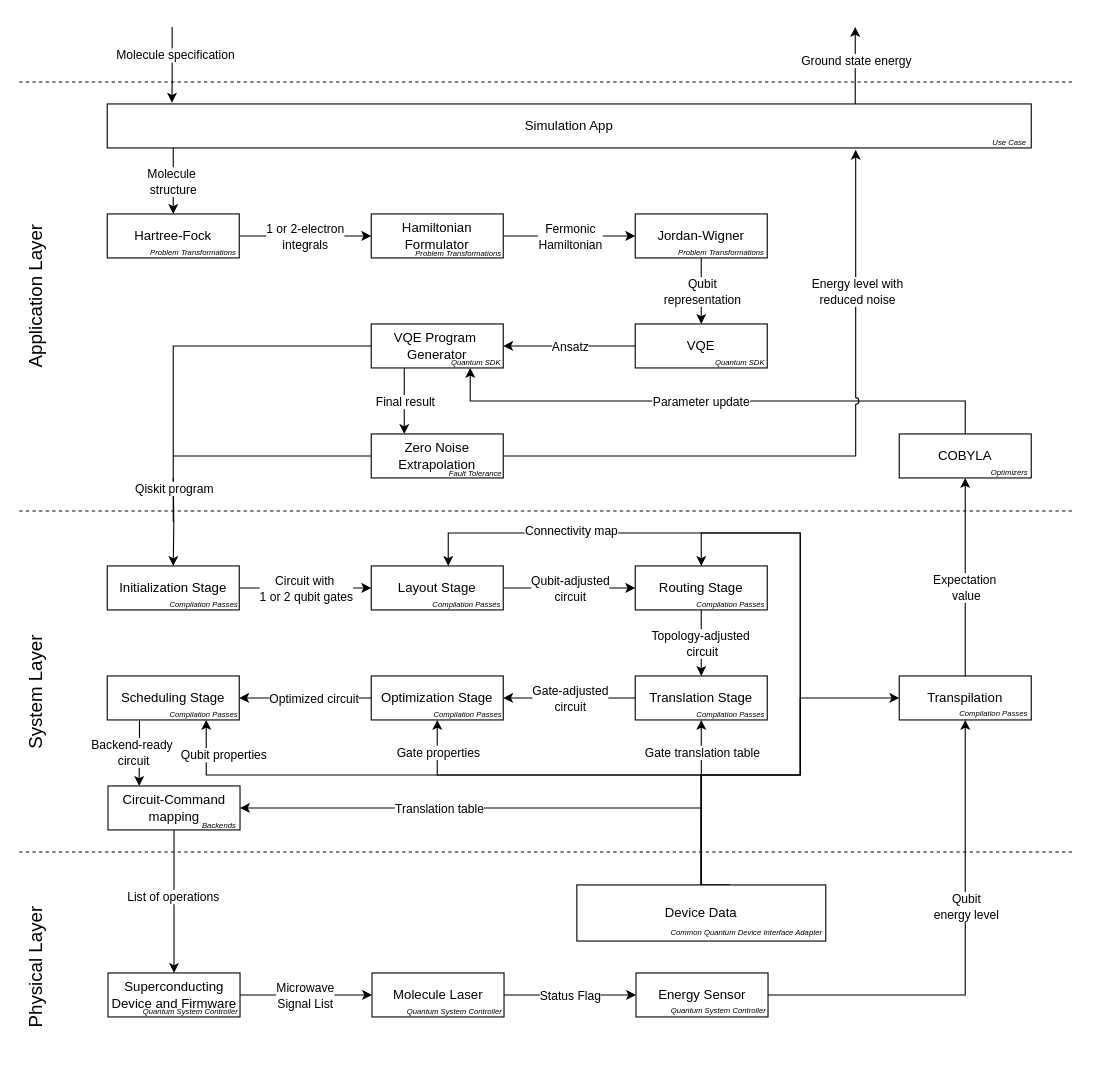
The draw.io diagram page "scenario1" (1 of 4) of docs/scenario-based-analysis/images/scenarios.drawio in FullStaQD/architecture, before the edit. Source tidied: cells renumbered, new cells numbered last; positions are measured from the earlier drawing's top-left corner, leaving out a move shared by most shapes. Both pictures are drawn from the tidied source at 110%, with x=0, y=0 at pixel (-58, 26).
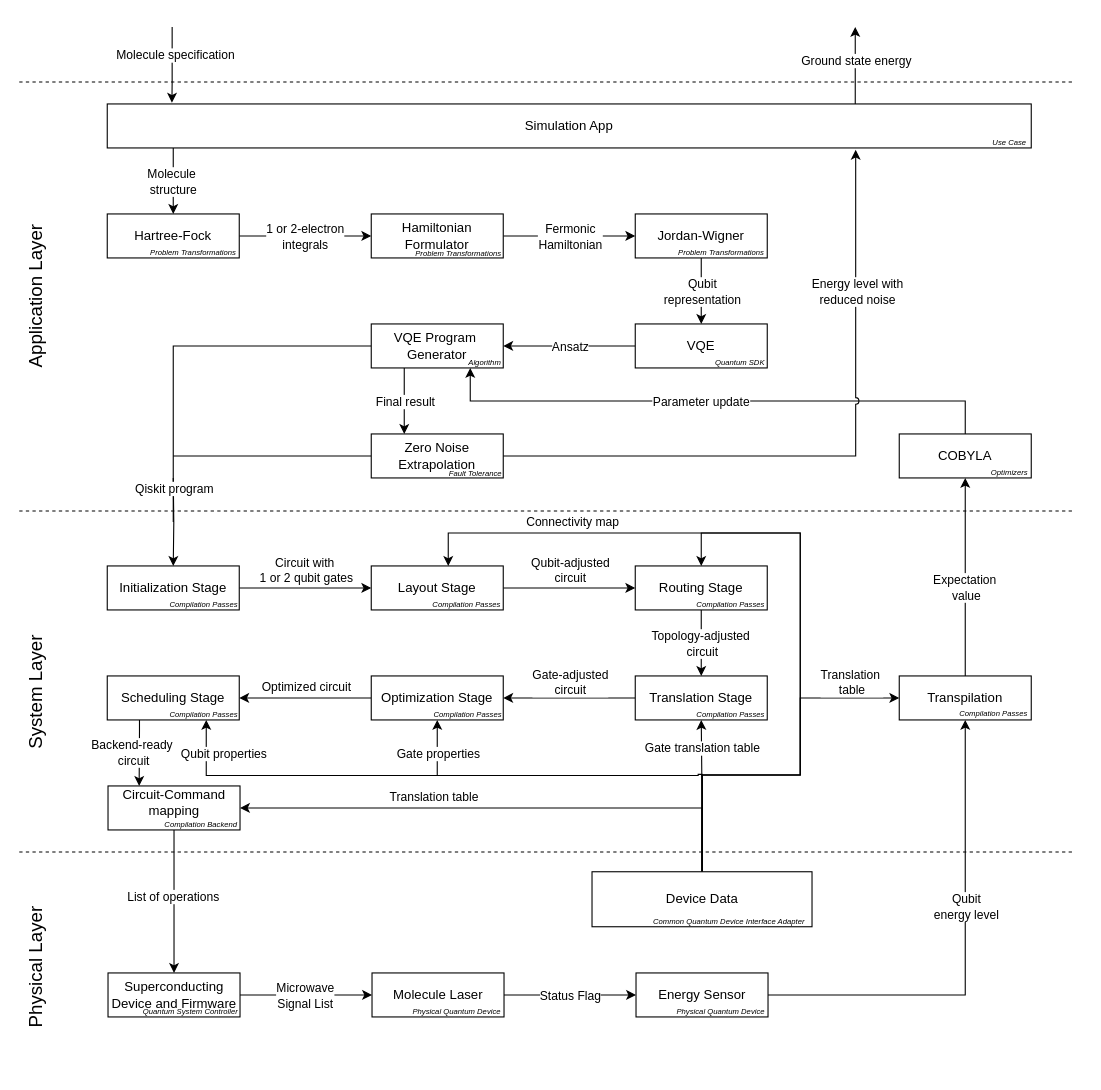
After the change.

Unchanged cells that the change refers to:
```xml
<mxCell id="29" value="Routing Stage" style="rounded=0;whiteSpace=wrap;html=1;" parent="1" vertex="1">
  <mxGeometry x="630" y="490" width="120" height="40" as="geometry" />
</mxCell>
<mxCell id="30" style="edgeStyle=orthogonalEdgeStyle;rounded=0;jettySize=auto;html=1;entryX=0;entryY=0.5;entryDx=0;entryDy=0;" parent="1" edge="1" source="32" target="29">
  <mxGeometry relative="1" as="geometry" />
</mxCell>
<mxCell id="33" style="edgeStyle=orthogonalEdgeStyle;rounded=0;jettySize=auto;html=1;entryX=0;entryY=0.5;entryDx=0;entryDy=0;" parent="1" edge="1" source="35" target="32">
  <mxGeometry relative="1" as="geometry" />
</mxCell>
<mxCell id="36" style="edgeStyle=orthogonalEdgeStyle;rounded=0;jettySize=auto;html=1;entryX=1;entryY=0.5;entryDx=0;entryDy=0;" parent="1" edge="1" source="38" target="41">
  <mxGeometry relative="1" as="geometry" />
</mxCell>
<mxCell id="38" value="Translation Stage" style="rounded=0;whiteSpace=wrap;html=1;" parent="1" vertex="1">
  <mxGeometry x="630" y="590" width="120" height="40" as="geometry" />
</mxCell>
<mxCell id="39" style="edgeStyle=orthogonalEdgeStyle;rounded=0;jettySize=auto;html=1;entryX=1;entryY=0.5;entryDx=0;entryDy=0;" parent="1" edge="1" source="41" target="44">
  <mxGeometry relative="1" as="geometry" />
</mxCell>
<mxCell id="41" value="Optimization Stage" style="rounded=0;whiteSpace=wrap;html=1;" parent="1" vertex="1">
  <mxGeometry x="390" y="590" width="120" height="40" as="geometry" />
</mxCell>
<mxCell id="44" value="Scheduling Stage" style="rounded=0;whiteSpace=wrap;html=1;" parent="1" vertex="1">
  <mxGeometry x="150" y="590" width="120" height="40" as="geometry" />
</mxCell>
<mxCell id="69" value="Transpilation" style="rounded=0;whiteSpace=wrap;html=1;" parent="1" vertex="1">
  <mxGeometry x="870" y="590" width="120" height="40" as="geometry" />
</mxCell>
```

The edit, as a diff of the source:
```diff
@@
     <mxCell id="31" value="Qubit-adjusted&lt;div&gt;circuit&lt;/div&gt;" style="edgeLabel;html=1;align=center;verticalAlign=middle;" parent="30" vertex="1">
       <mxGeometry x="-0.17" relative="1" as="geometry">
-        <mxPoint x="10" as="offset" />
+        <mxPoint x="10" y="-17" as="offset" />
       </mxGeometry>
     </mxCell>
@@
     <mxCell id="34" value="Circuit with&amp;nbsp;&lt;div&gt;1 or 2 qubit gates&lt;/div&gt;" style="edgeLabel;html=1;align=center;verticalAlign=middle;" parent="33" vertex="1">
       <mxGeometry x="0.11" y="-3" relative="1" as="geometry">
-        <mxPoint x="-7" y="-3" as="offset" />
+        <mxPoint x="-7" y="-20" as="offset" />
       </mxGeometry>
     </mxCell>
@@
     <mxCell id="37" value="Gate-adjusted&lt;div&gt;circuit&lt;/div&gt;" style="edgeLabel;html=1;align=center;verticalAlign=middle;" parent="36" vertex="1">
       <mxGeometry x="0.17" y="4" relative="1" as="geometry">
-        <mxPoint x="10" y="-4" as="offset" />
+        <mxPoint x="10" y="-19" as="offset" />
       </mxGeometry>
     </mxCell>
@@
     <mxCell id="40" value="Optimized circuit" style="edgeLabel;html=1;align=center;verticalAlign=middle;" parent="39" vertex="1">
       <mxGeometry x="-0.11" y="1" relative="1" as="geometry">
-        <mxPoint y="-1" as="offset" />
+        <mxPoint x="-7" y="-12" as="offset" />
       </mxGeometry>
     </mxCell>
@@
-    <mxCell id="56" style="edgeStyle=orthogonalEdgeStyle;rounded=0;jettySize=auto;html=1;entryX=0.5;entryY=1;entryDx=0;entryDy=0;" parent="1" edge="1" source="66" target="41">
+    <mxCell id="56" style="edgeStyle=orthogonalEdgeStyle;rounded=0;jettySize=auto;html=1;entryX=0.5;entryY=1;entryDx=0;entryDy=0;" parent="1" edge="1" target="41">
       <mxGeometry relative="1" as="geometry">
+        <mxPoint x="450" y="679" as="sourcePoint" />
         <Array as="points">
-          <mxPoint x="691" y="680" />
           <mxPoint x="450" y="680" />
         </Array>
       </mxGeometry>
     </mxCell>
     <mxCell id="57" value="Gate properties" style="edgeLabel;html=1;align=center;verticalAlign=middle;" parent="56" vertex="1">
       <mxGeometry x="0.85" y="1" relative="1" as="geometry">
-        <mxPoint x="1" as="offset" />
+        <mxPoint x="1" y="26" as="offset" />
       </mxGeometry>
     </mxCell>
-    <mxCell id="58" style="edgeStyle=orthogonalEdgeStyle;rounded=0;jettySize=auto;html=1;entryX=0.5;entryY=0;entryDx=0;entryDy=0;exitX=0.615;exitY=-0.004;exitDx=0;exitDy=0;exitPerimeter=0;" parent="1" edge="1" source="66">
+    <mxCell id="58" style="edgeStyle=orthogonalEdgeStyle;rounded=0;orthogonalLoop=1;jettySize=auto;html=1;entryX=0.5;entryY=0;entryDx=0;entryDy=0;" parent="1" edge="1">
       <mxGeometry relative="1" as="geometry">
+        <mxPoint x="690" y="680" as="sourcePoint" />
         <mxPoint x="460" y="490" as="targetPoint" />
         <Array as="points">
-          <mxPoint x="690" y="780" />
           <mxPoint x="690" y="680" />
           <mxPoint x="780" y="680" />
           <mxPoint x="780" y="460" />
           <mxPoint x="460" y="460" />
         </Array>
       </mxGeometry>
     </mxCell>
-    <mxCell id="59" style="edgeStyle=orthogonalEdgeStyle;rounded=0;jettySize=auto;html=1;entryX=0;entryY=0.5;entryDx=0;entryDy=0;" parent="1" edge="1" source="66" target="69">
+    <mxCell id="59" style="edgeStyle=orthogonalEdgeStyle;rounded=0;jettySize=auto;html=1;entryX=0;entryY=0.5;entryDx=0;entryDy=0;" parent="1" edge="1" target="69">
       <mxGeometry relative="1" as="geometry">
+        <mxPoint x="690" y="780" as="sourcePoint" />
         <Array as="points">
           <mxPoint x="691" y="680" />
           <mxPoint x="780" y="680" />
           <mxPoint x="780" y="610" />
         </Array>
       </mxGeometry>
     </mxCell>
-    <mxCell id="60" style="edgeStyle=orthogonalEdgeStyle;rounded=0;jettySize=auto;html=1;" parent="1" edge="1" source="66" target="38">
+    <mxCell id="60" style="edgeStyle=orthogonalEdgeStyle;rounded=0;jettySize=auto;html=1;exitX=0.5;exitY=0;exitDx=0;exitDy=0;" parent="1" edge="1" source="66" target="38">
       <mxGeometry relative="1" as="geometry" />
     </mxCell>
@@
-    <mxCell id="62" style="edgeStyle=orthogonalEdgeStyle;rounded=0;jettySize=auto;html=1;entryX=0.75;entryY=1;entryDx=0;entryDy=0;" parent="1" edge="1" source="66" target="44">
+    <mxCell id="62" style="edgeStyle=orthogonalEdgeStyle;rounded=0;jettySize=auto;html=1;entryX=0.75;entryY=1;entryDx=0;entryDy=0;exitX=0.5;exitY=0;exitDx=0;exitDy=0;" parent="1" edge="1" source="66" target="44">
       <mxGeometry relative="1" as="geometry">
         <Array as="points">
-          <mxPoint x="691" y="680" />
-          <mxPoint x="240" y="680" />
+          <mxPoint x="690.7" y="679.5" />
+          <mxPoint x="687.2" y="679.5" />
+          <mxPoint x="240" y="680.5" />
         </Array>
       </mxGeometry>
     </mxCell>
@@
-    <mxCell id="64" style="edgeStyle=orthogonalEdgeStyle;rounded=0;jettySize=auto;html=1;entryX=1;entryY=0.5;entryDx=0;entryDy=0;" parent="1" edge="1" source="66" target="84">
+    <mxCell id="64" style="edgeStyle=orthogonalEdgeStyle;rounded=0;jettySize=auto;html=1;entryX=1;entryY=0.5;entryDx=0;entryDy=0;exitX=0.5;exitY=0;exitDx=0;exitDy=0;" parent="1" edge="1" source="66" target="84">
       <mxGeometry relative="1" as="geometry">
         <Array as="points">
-          <mxPoint x="691" y="710" />
+          <mxPoint x="690" y="768" />
+          <mxPoint x="690" y="710" />
         </Array>
       </mxGeometry>
     </mxCell>
     <mxCell id="65" value="Translation table" style="edgeLabel;html=1;align=center;verticalAlign=middle;" parent="64" vertex="1">
       <mxGeometry x="0.33" y="-2" relative="1" as="geometry">
-        <mxPoint x="16" y="2" as="offset" />
+        <mxPoint x="16" y="-9" as="offset" />
       </mxGeometry>
     </mxCell>
-    <mxCell id="66" value="Device Data" style="rounded=0;whiteSpace=wrap;html=1;" parent="1" vertex="1">
-      <mxGeometry x="576.9" y="780" width="226.3" height="51" as="geometry" />
-    </mxCell>
@@
-    <mxCell id="72" style="edgeStyle=orthogonalEdgeStyle;rounded=0;jettySize=auto;html=1;entryX=0.5;entryY=0;entryDx=0;entryDy=0;" parent="1" edge="1" source="66" target="29">
+    <mxCell id="72" style="edgeStyle=orthogonalEdgeStyle;rounded=0;jettySize=auto;html=1;entryX=0.5;entryY=0;entryDx=0;entryDy=0;exitX=0.5;exitY=0;exitDx=0;exitDy=0;" parent="1" edge="1" source="66" target="29">
       <mxGeometry relative="1" as="geometry">
         <Array as="points">
-          <mxPoint x="690" y="680" />
+          <mxPoint x="690.7" y="680" />
           <mxPoint x="780" y="680" />
           <mxPoint x="780" y="460" />
           <mxPoint x="690" y="460" />
         </Array>
       </mxGeometry>
     </mxCell>
     <mxCell id="73" value="Connectivity map" style="edgeLabel;html=1;align=center;verticalAlign=middle;" parent="72" vertex="1">
       <mxGeometry x="0.93" y="1" relative="1" as="geometry">
-        <mxPoint x="-120" y="-14" as="offset" />
+        <mxPoint x="-119" y="-22" as="offset" />
       </mxGeometry>
     </mxCell>
@@
-    <mxCell id="84" value="Circuit-Command&lt;div&gt;mapping&lt;/div&gt;" style="rounded=0;whiteSpace=wrap;html=1;" parent="1" vertex="1">
+    <mxCell id="84" style="rounded=0;whiteSpace=wrap;html=1;" parent="1" vertex="1">
       <mxGeometry x="150.7" y="690" width="120" height="40" as="geometry" />
     </mxCell>
@@
-    <mxCell id="91" value="&lt;i&gt;&lt;font style=&quot;font-size: 7px;&quot;&gt;Quantum SDK&lt;/font&gt;&lt;/i&gt;" style="text;html=1;whiteSpace=wrap;strokeColor=none;fillColor=none;align=center;verticalAlign=middle;rounded=0;" parent="1" vertex="1">
-      <mxGeometry x="428" y="296" width="114.7" height="16" as="geometry" />
+    <mxCell id="91" value="&lt;i&gt;&lt;font style=&quot;font-size: 7px;&quot;&gt;Algorithm&lt;/font&gt;&lt;/i&gt;" style="text;html=1;whiteSpace=wrap;strokeColor=none;fillColor=none;align=center;verticalAlign=middle;rounded=0;" parent="1" vertex="1">
+      <mxGeometry x="436" y="296" width="114.7" height="16" as="geometry" />
     </mxCell>
@@
-    <mxCell id="100" value="&lt;font style=&quot;font-size: 7px;&quot;&gt;&lt;i&gt;Backends&lt;/i&gt;&lt;/font&gt;" style="text;html=1;whiteSpace=wrap;strokeColor=none;fillColor=none;align=center;verticalAlign=middle;rounded=0;" parent="1" vertex="1">
-      <mxGeometry x="217.7" y="710" width="68" height="30" as="geometry" />
-    </mxCell>
@@
-    <mxCell id="102" value="&lt;font style=&quot;font-size: 7px;&quot;&gt;&lt;i&gt;Quantum System Controller&lt;/i&gt;&lt;/font&gt;" style="text;html=1;whiteSpace=wrap;strokeColor=none;fillColor=none;align=center;verticalAlign=middle;rounded=0;" parent="1" vertex="1">
-      <mxGeometry x="404" y="879" width="124" height="30" as="geometry" />
+    <mxCell id="102" value="&lt;i style=&quot;font-size: 7px;&quot;&gt;Physical Quantum Device&lt;/i&gt;" style="text;html=1;whiteSpace=wrap;strokeColor=none;fillColor=none;align=center;verticalAlign=middle;rounded=0;" parent="1" vertex="1">
+      <mxGeometry x="406" y="879" width="124" height="30" as="geometry" />
     </mxCell>
-    <mxCell id="103" value="&lt;font style=&quot;font-size: 7px;&quot;&gt;&lt;i&gt;Quantum System Controller&lt;/i&gt;&lt;/font&gt;" style="text;html=1;whiteSpace=wrap;strokeColor=none;fillColor=none;align=center;verticalAlign=middle;rounded=0;" parent="1" vertex="1">
-      <mxGeometry x="644" y="878" width="124" height="30" as="geometry" />
+    <mxCell id="103" value="&lt;i style=&quot;font-size: 7px;&quot;&gt;Physical Quantum Device&lt;/i&gt;" style="text;html=1;whiteSpace=wrap;strokeColor=none;fillColor=none;align=center;verticalAlign=middle;rounded=0;" parent="1" vertex="1">
+      <mxGeometry x="646" y="879" width="124" height="30" as="geometry" />
     </mxCell>
+    <mxCell id="105" value="&lt;font style=&quot;font-size: 7px;&quot;&gt;&lt;i&gt;Compilation Passes&lt;/i&gt;&lt;/font&gt;" style="text;html=1;whiteSpace=wrap;strokeColor=none;fillColor=none;align=center;verticalAlign=middle;rounded=0;" parent="1" vertex="1">
+      <mxGeometry x="922" y="608" width="68" height="30" as="geometry" />
+    </mxCell>
+    <mxCell id="106" value="&lt;font style=&quot;font-size: 7px;&quot;&gt;&lt;i&gt;Compilation Backend&lt;/i&gt;&lt;/font&gt;" style="text;html=1;whiteSpace=wrap;strokeColor=none;fillColor=none;align=center;verticalAlign=middle;rounded=0;" parent="1" vertex="1">
+      <mxGeometry x="183" y="709" width="105" height="30" as="geometry" />
+    </mxCell>
+    <mxCell id="107" value="&lt;font&gt;Circuit-Command&lt;/font&gt;&lt;div&gt;&lt;font&gt;mapping&lt;/font&gt;&lt;/div&gt;" style="text;html=1;whiteSpace=wrap;strokeColor=none;fillColor=none;align=center;verticalAlign=middle;rounded=0;" parent="1" vertex="1">
+      <mxGeometry x="155.3" y="690" width="112" height="30" as="geometry" />
+    </mxCell>
+    <mxCell id="108" value="Translation&amp;nbsp;&lt;div&gt;table&lt;/div&gt;" style="edgeLabel;html=1;align=center;verticalAlign=middle;" parent="1" vertex="1">
+      <mxGeometry x="826" y="595" as="geometry" />
+    </mxCell>
+    <mxCell id="66" value="Device Data" style="rounded=0;whiteSpace=wrap;html=1;" parent="1" vertex="1">
+      <mxGeometry x="590.7" y="768" width="200" height="50" as="geometry" />
+    </mxCell>
     <mxCell id="104" value="&lt;font style=&quot;font-size: 7px;&quot;&gt;&lt;i&gt;Common Quantum Device Interface Adapter&lt;/i&gt;&lt;/font&gt;" style="text;html=1;whiteSpace=wrap;strokeColor=none;fillColor=none;align=center;verticalAlign=middle;rounded=0;" parent="1" vertex="1">
-      <mxGeometry x="651" y="807" width="161" height="30" as="geometry" />
+      <mxGeometry x="634.5" y="797" width="161" height="30" as="geometry" />
     </mxCell>
-    <mxCell id="105" value="&lt;font style=&quot;font-size: 7px;&quot;&gt;&lt;i&gt;Compilation Passes&lt;/i&gt;&lt;/font&gt;" style="text;html=1;whiteSpace=wrap;strokeColor=none;fillColor=none;align=center;verticalAlign=middle;rounded=0;" parent="1" vertex="1">
-      <mxGeometry x="922" y="608" width="68" height="30" as="geometry" />
-    </mxCell>
```
